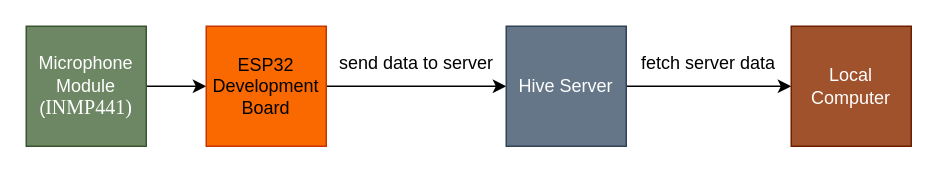
Before: Noise Reduction Mic.drawio in AdnanBayu/sound-noise-reduction-signal-processing, a draw.io diagram. Source tidied: cells renumbered, new cells numbered last; positions are measured from the earlier drawing's top-left corner, leaving out a move shared by most shapes. Both pictures are drawn from the tidied source at 150%, with x=0, y=0 at pixel (26, 26).
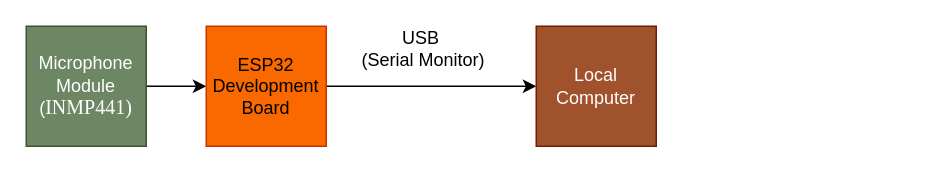
The same page after the edit.

What changed in the source:
```diff
@@
 <mxGraphModel>
   <root>
     <mxCell id="0" />
     <mxCell id="1" parent="0" />
     <mxCell id="2" style="edgeStyle=orthogonalEdgeStyle;rounded=0;jettySize=auto;html=1;" parent="1" edge="1" source="3" target="5">
       <mxGeometry relative="1" as="geometry" />
     </mxCell>
     <mxCell id="3" value="Microphone Module&lt;div&gt;(&lt;span style=&quot;background-color: transparent; font-family: &amp;quot;Times New Roman&amp;quot;, serif; font-size: 10pt; white-space-collapse: preserve;&quot;&gt;INMP441)&lt;/span&gt;&lt;/div&gt;" style="whiteSpace=wrap;html=1;fillColor=#6d8764;fontColor=#ffffff;strokeColor=#3A5431;" parent="1" vertex="1">
       <mxGeometry width="80" height="80" as="geometry" />
     </mxCell>
-    <mxCell id="4" style="edgeStyle=orthogonalEdgeStyle;rounded=0;jettySize=auto;html=1;exitX=1;exitY=0.5;exitDx=0;exitDy=0;entryX=0;entryY=0.5;entryDx=0;entryDy=0;" parent="1" edge="1" source="5" target="7">
+    <mxCell id="4" style="edgeStyle=orthogonalEdgeStyle;rounded=0;jettySize=auto;html=1;exitX=1;exitY=0.5;exitDx=0;exitDy=0;" parent="1" edge="1" source="5" target="8">
       <mxGeometry relative="1" as="geometry" />
     </mxCell>
     <mxCell id="5" value="ESP32 Development Board" style="whiteSpace=wrap;html=1;fillColor=#fa6800;fontColor=#000000;strokeColor=#C73500;" parent="1" vertex="1">
       <mxGeometry x="120" width="80" height="80" as="geometry" />
     </mxCell>
-    <mxCell id="6" style="edgeStyle=orthogonalEdgeStyle;rounded=0;jettySize=auto;html=1;exitX=1;exitY=0.5;exitDx=0;exitDy=0;entryX=0;entryY=0.5;entryDx=0;entryDy=0;" parent="1" edge="1" source="7" target="8">
-      <mxGeometry relative="1" as="geometry" />
-    </mxCell>
-    <mxCell id="7" value="Hive Server" style="whiteSpace=wrap;html=1;fillColor=#647687;fontColor=#ffffff;strokeColor=#314354;" parent="1" vertex="1">
-      <mxGeometry x="320" width="80" height="80" as="geometry" />
-    </mxCell>
     <mxCell id="8" value="Local Computer" style="whiteSpace=wrap;html=1;fillColor=#a0522d;fontColor=#ffffff;strokeColor=#6D1F00;" parent="1" vertex="1">
-      <mxGeometry x="510" width="80" height="80" as="geometry" />
+      <mxGeometry x="340" width="80" height="80" as="geometry" />
     </mxCell>
-    <mxCell id="9" value="fetch server data" style="rounded=0;whiteSpace=wrap;html=1;fillColor=none;strokeColor=none;" parent="1" vertex="1">
-      <mxGeometry x="390" y="10" width="130" height="30" as="geometry" />
-    </mxCell>
-    <mxCell id="10" value="send data to server&amp;nbsp;" style="rounded=0;whiteSpace=wrap;html=1;fillColor=none;strokeColor=none;" parent="1" vertex="1">
-      <mxGeometry x="197" y="10" width="130" height="30" as="geometry" />
-    </mxCell>
+    <mxCell id="11" value="USB&amp;nbsp;&lt;div&gt;(Serial Monitor)&lt;/div&gt;" style="text;html=1;align=center;verticalAlign=middle;whiteSpace=wrap;rounded=0;" parent="1" vertex="1">
+      <mxGeometry x="220" width="90" height="30" as="geometry" />
+    </mxCell>
   </root>
 </mxGraphModel>
```
